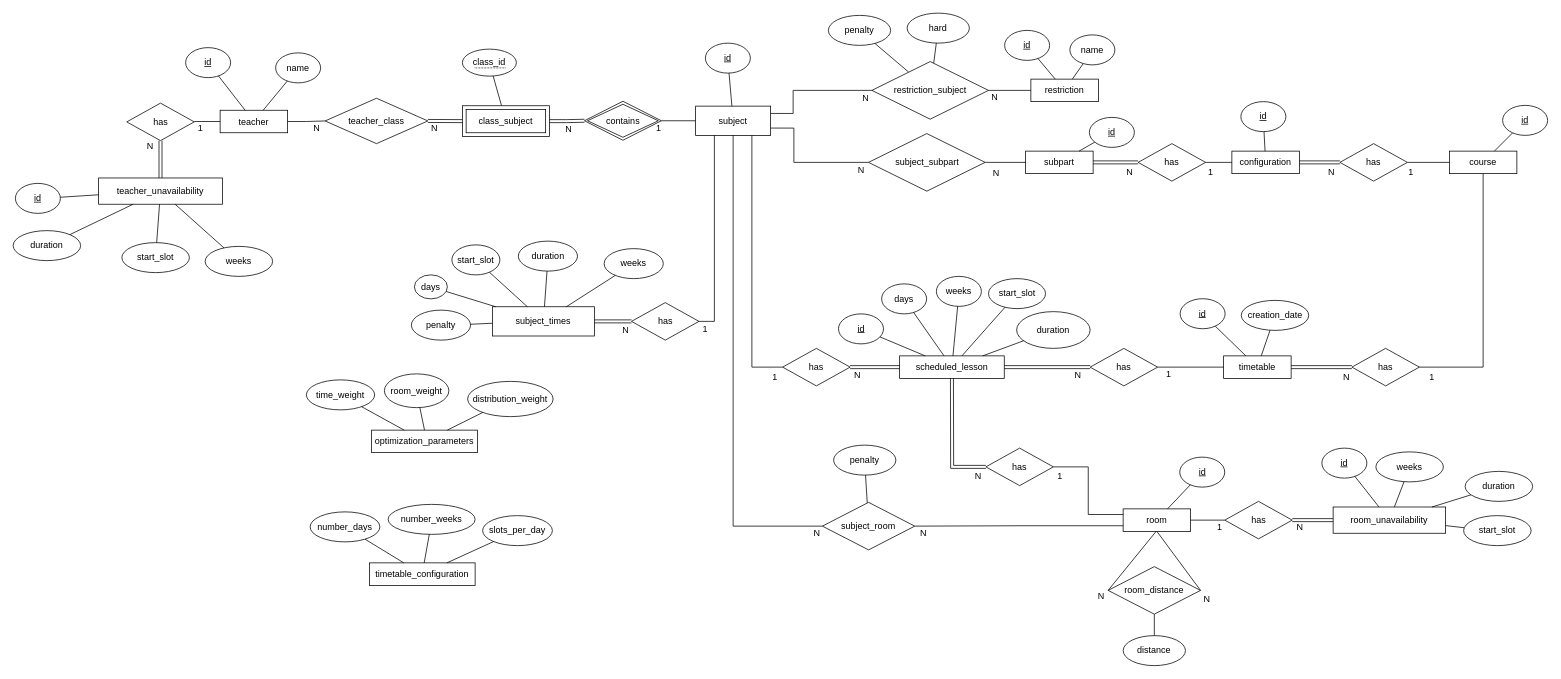
Before: Tese/diagramas/base_dados_agendamento.drawio in RRamos19/Master-Thesis, a draw.io diagram. Source tidied: cells renumbered, new cells numbered last; positions are measured from the earlier drawing's top-left corner, leaving out a move shared by most shapes. Both pictures are drawn from the tidied source at 75%, with x=0, y=0 at pixel (13, 13).
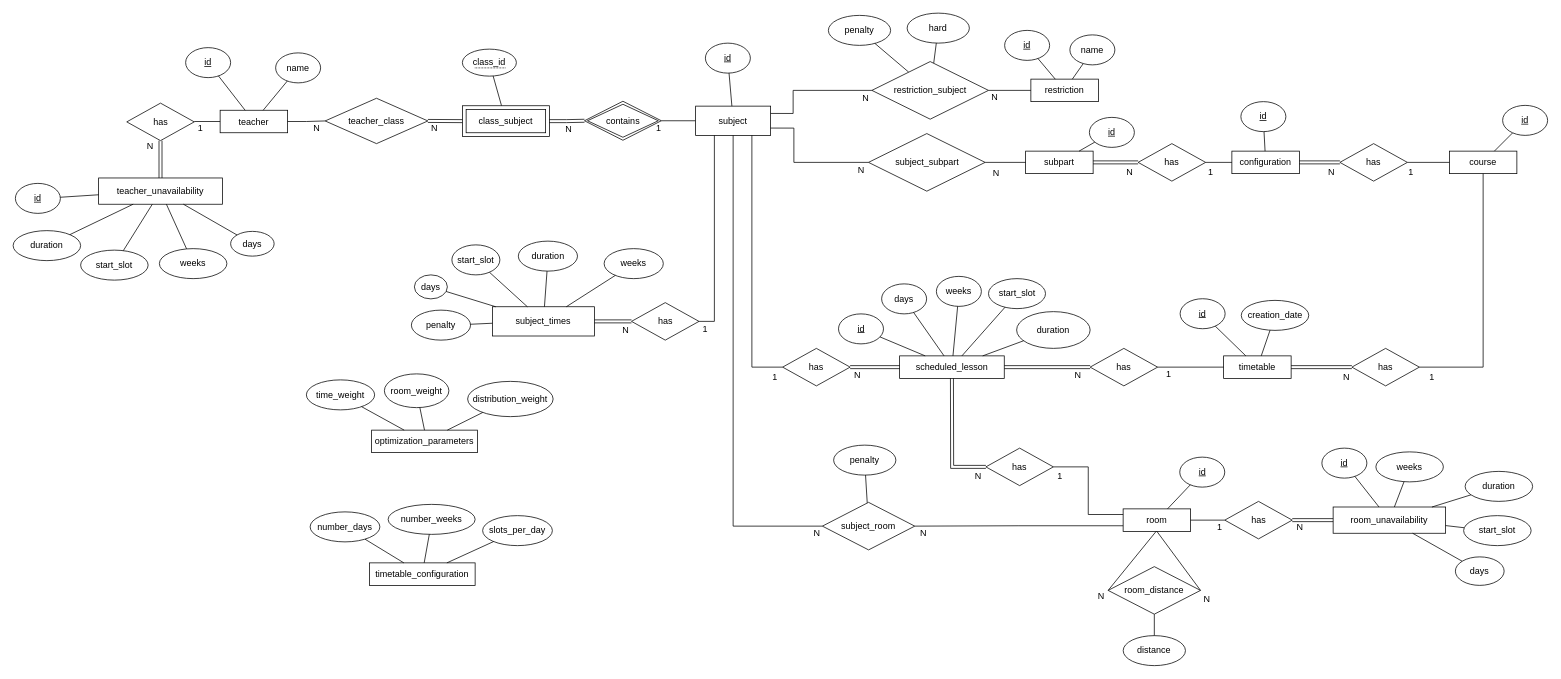
Above is the later version.

Unchanged cells that the change refers to:
```xml
<mxCell id="34" value="room_unavailability " style="rounded=0;whiteSpace=wrap;html=1;" parent="1" vertex="1">
  <mxGeometry x="1760" y="658.5" width="150" height="35" as="geometry" />
</mxCell>
<mxCell id="57" value="teacher_unavailability " style="rounded=0;whiteSpace=wrap;html=1;" parent="1" vertex="1">
  <mxGeometry x="114" y="219.8" width="165" height="35" as="geometry" />
</mxCell>
```

The edit, as a diff of the source:
```diff
@@
     <mxCell id="58" value="start_slot" style="ellipse;whiteSpace=wrap;html=1;" parent="1" vertex="1">
-      <mxGeometry x="145" y="306" width="90" height="40" as="geometry" />
+      <mxGeometry x="90" y="316" width="90" height="40" as="geometry" />
     </mxCell>
@@
     <mxCell id="60" value="weeks" style="ellipse;whiteSpace=wrap;html=1;" parent="1" vertex="1">
-      <mxGeometry x="256" y="311" width="90" height="40" as="geometry" />
+      <mxGeometry x="195" y="314" width="90" height="40" as="geometry" />
     </mxCell>
@@
+    <mxCell id="172" value="days" style="ellipse;whiteSpace=wrap;html=1;" parent="1" vertex="1">
+      <mxGeometry x="1923" y="725" width="65" height="38" as="geometry" />
+    </mxCell>
+    <mxCell id="173" style="endArrow=none;html=1;rounded=0;" parent="1" edge="1" source="172" target="34">
+      <mxGeometry relative="1" as="geometry" />
+    </mxCell>
+    <mxCell id="174" value="days" style="ellipse;whiteSpace=wrap;html=1;" parent="1" vertex="1">
+      <mxGeometry x="290" y="291" width="58" height="33" as="geometry" />
+    </mxCell>
+    <mxCell id="175" style="endArrow=none;html=1;rounded=0;" parent="1" edge="1" source="174" target="57">
+      <mxGeometry relative="1" as="geometry" />
+    </mxCell>
```
